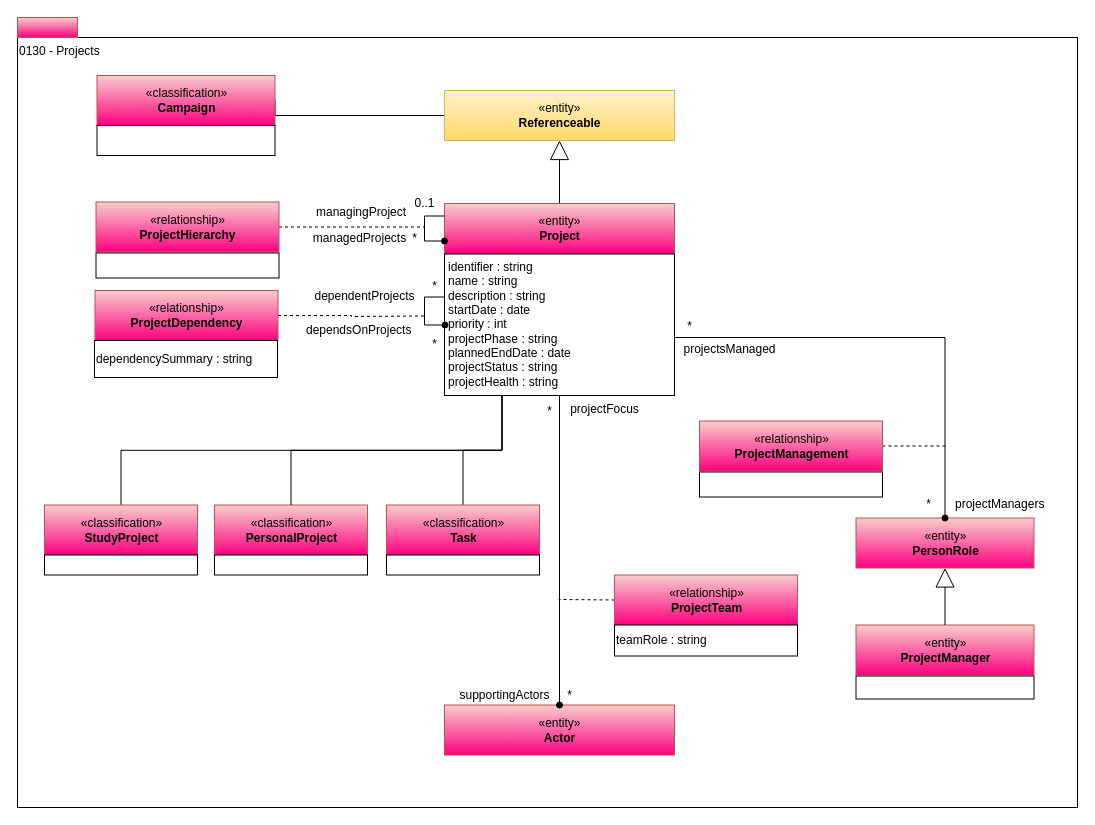
Above: page "0130-Projects" (10 of 16) of site/docs/types/1/area-1-collaboration.drawio in odpi/egeria-docs (draw.io), before the change. Source tidied: cells renumbered, new cells numbered last; positions are measured from the earlier drawing's top-left corner, leaving out a move shared by most shapes. Both pictures are drawn from the tidied source at 100%, with x=0, y=0 at pixel (17, 17).
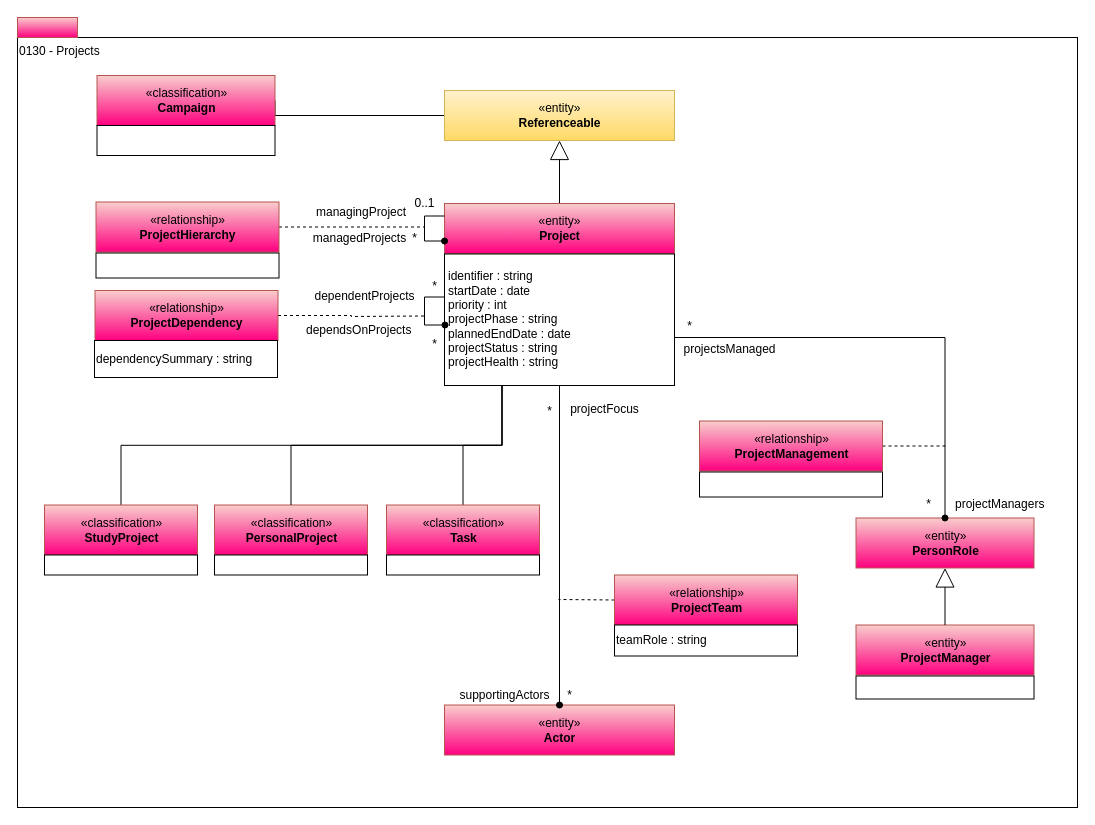
The same diagram, later.

The edit, as a diff of the source:
```diff
@@
-    <mxCell id="8" value="identifier : string&lt;br&gt;name : string&lt;br&gt;description : string&lt;br&gt;startDate : date&lt;div&gt;priority : int&lt;br&gt;&lt;div&gt;projectPhase : string&lt;br&gt;plannedEndDate : date&lt;br&gt;projectStatus : string&lt;div&gt;projectHealth : string&lt;/div&gt;&lt;/div&gt;&lt;/div&gt;" style="rounded=0;whiteSpace=wrap;html=1;align=left;spacingLeft=2;" parent="1" vertex="1">
-      <mxGeometry x="427" y="236.5" width="230" height="141.5" as="geometry" />
+    <mxCell id="8" value="identifier : string&lt;br&gt;startDate : date&lt;div&gt;priority : int&lt;br&gt;&lt;div&gt;projectPhase : string&lt;br&gt;plannedEndDate : date&lt;br&gt;projectStatus : string&lt;div&gt;projectHealth : string&lt;/div&gt;&lt;/div&gt;&lt;/div&gt;" style="rounded=0;whiteSpace=wrap;html=1;align=left;spacingLeft=2;" parent="1" vertex="1">
+      <mxGeometry x="427" y="236.5" width="230" height="131.5" as="geometry" />
     </mxCell>
```
